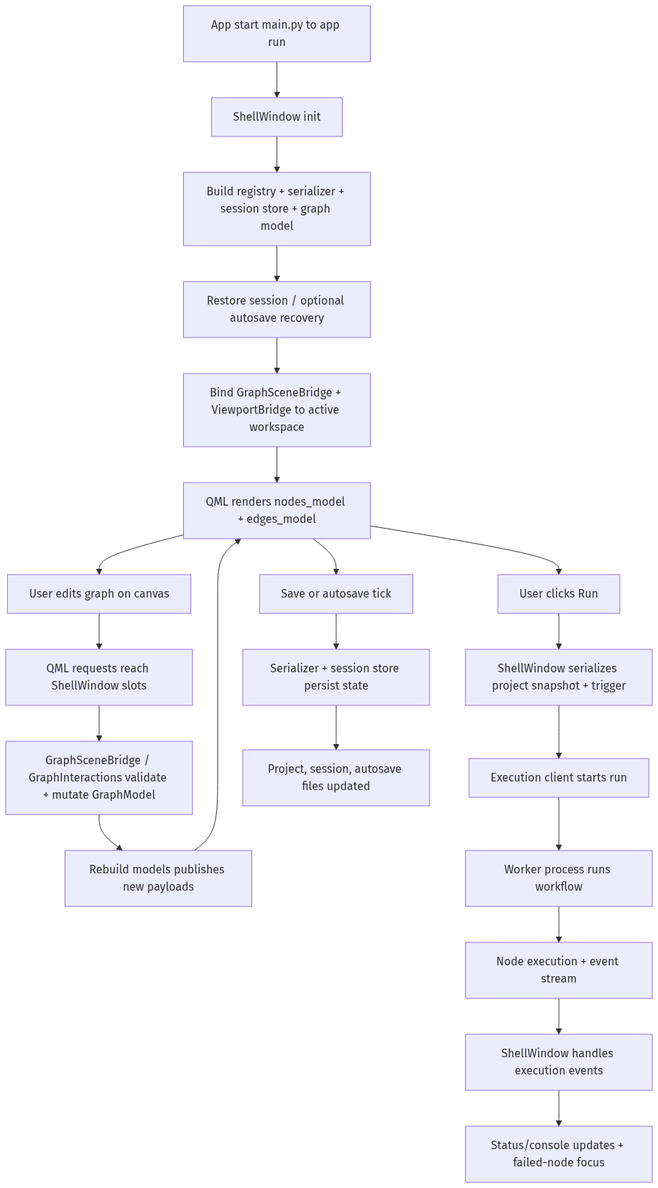
emreatay993/EA_Node keeps this Mermaid diagram as docs/architecture_diagrams/runtime_pipeline.png. Above is the earlier version. Its source is kept beside it as docs/architecture_diagrams/runtime_pipeline.mmd. The source it was exported from:
```mermaid
flowchart TD
    A[App start main.py to app run] --> B[ShellWindow init]
    B --> C[Build registry + serializer + session store + graph model]
    C --> D[Restore session / optional autosave recovery]
    D --> E[Bind GraphSceneBridge + ViewportBridge to active workspace]
    E --> F[QML renders nodes_model + edges_model]

    F --> G[User edits graph on canvas]
    G --> H[QML requests reach ShellWindow slots]
    H --> I[GraphSceneBridge / GraphInteractions validate + mutate GraphModel]
    I --> J[Rebuild models publishes new payloads]
    J --> F

    F --> K[User clicks Run]
    K --> L[ShellWindow serializes project snapshot + trigger]
    L --> M[Execution client starts run]
    M --> N[Worker process runs workflow]
    N --> O[Node execution + event stream]
    O --> P[ShellWindow handles execution events]
    P --> Q[Status/console updates + failed-node focus]

    F --> R[Save or autosave tick]
    R --> S[Serializer + session store persist state]
    S --> T[Project, session, autosave files updated]
```
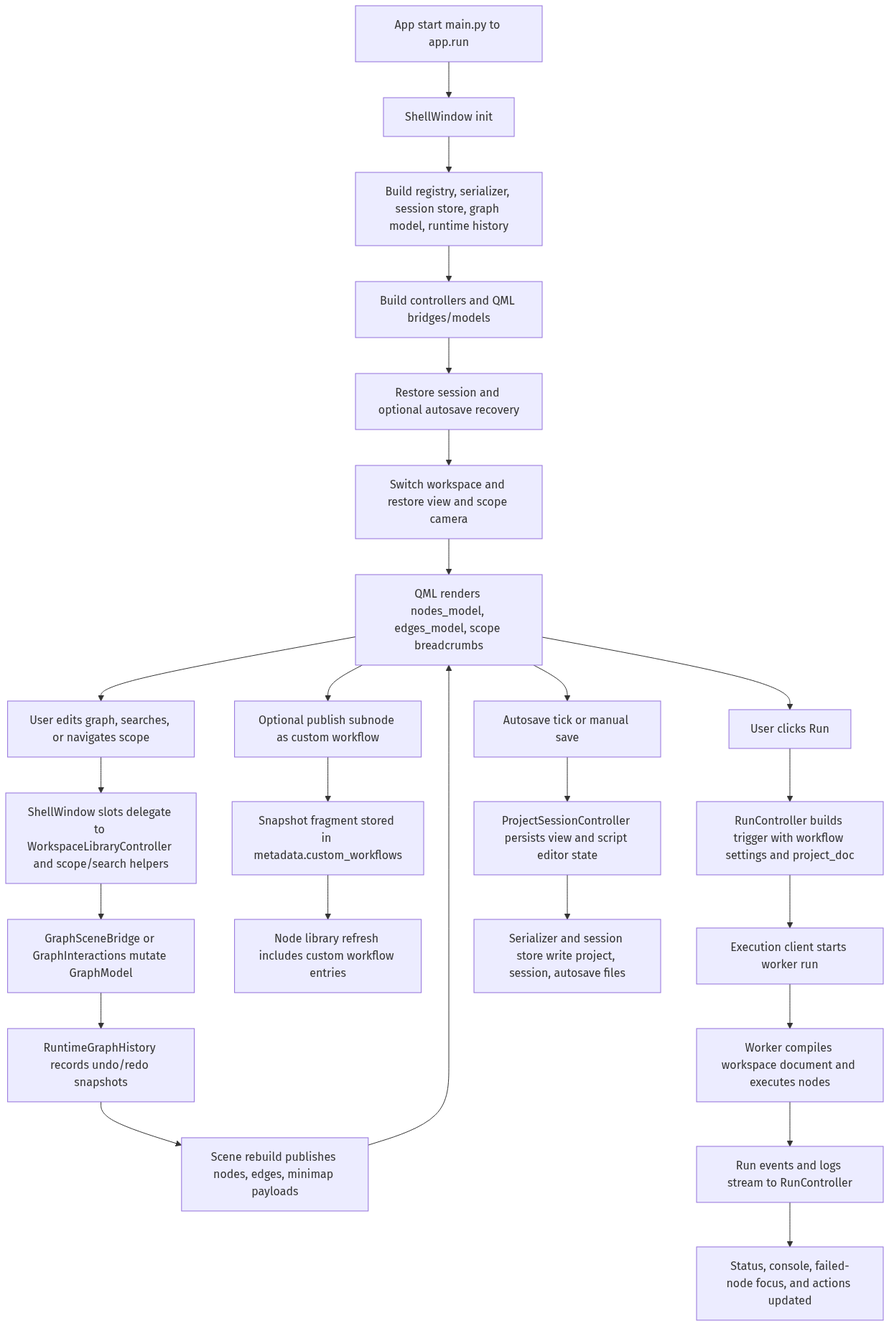
The same diagram one commit later.

Commit message:
docs: refresh architecture guide and generated diagrams

Diff of the diagram source:
```diff
@@ -1,24 +1,29 @@
 flowchart TD
-    A[App start main.py to app run] --> B[ShellWindow init]
-    B --> C[Build registry + serializer + session store + graph model]
-    C --> D[Restore session / optional autosave recovery]
-    D --> E[Bind GraphSceneBridge + ViewportBridge to active workspace]
-    E --> F[QML renders nodes_model + edges_model]
+    A[App start main.py to app.run] --> B[ShellWindow init]
+    B --> C[Build registry, serializer, session store, graph model, runtime history]
+    C --> D[Build controllers and QML bridges/models]
+    D --> E[Restore session and optional autosave recovery]
+    E --> F[Switch workspace and restore view and scope camera]
+    F --> G[QML renders nodes_model, edges_model, scope breadcrumbs]
 
-    F --> G[User edits graph on canvas]
-    G --> H[QML requests reach ShellWindow slots]
-    H --> I[GraphSceneBridge / GraphInteractions validate + mutate GraphModel]
-    I --> J[Rebuild models publishes new payloads]
-    J --> F
+    G --> H[User edits graph, searches, or navigates scope]
+    H --> I[ShellWindow slots delegate to WorkspaceLibraryController and scope/search helpers]
+    I --> J[GraphSceneBridge or GraphInteractions mutate GraphModel]
+    J --> K[RuntimeGraphHistory records undo/redo snapshots]
+    K --> L[Scene rebuild publishes nodes, edges, minimap payloads]
+    L --> G
 
-    F --> K[User clicks Run]
-    K --> L[ShellWindow serializes project snapshot + trigger]
-    L --> M[Execution client starts run]
-    M --> N[Worker process runs workflow]
-    N --> O[Node execution + event stream]
-    O --> P[ShellWindow handles execution events]
-    P --> Q[Status/console updates + failed-node focus]
+    G --> M[Optional publish subnode as custom workflow]
+    M --> N[Snapshot fragment stored in metadata.custom_workflows]
+    N --> O[Node library refresh includes custom workflow entries]
 
-    F --> R[Save or autosave tick]
-    R --> S[Serializer + session store persist state]
-    S --> T[Project, session, autosave files updated]
+    G --> P[User clicks Run]
+    P --> Q[RunController builds trigger with workflow settings and project_doc]
+    Q --> R[Execution client starts worker run]
+    R --> S[Worker compiles workspace document and executes nodes]
+    S --> T[Run events and logs stream to RunController]
+    T --> U[Status, console, failed-node focus, and actions updated]
+
+    G --> V[Autosave tick or manual save]
+    V --> W[ProjectSessionController persists view and script editor state]
+    W --> X[Serializer and session store write project, session, autosave files]
```
